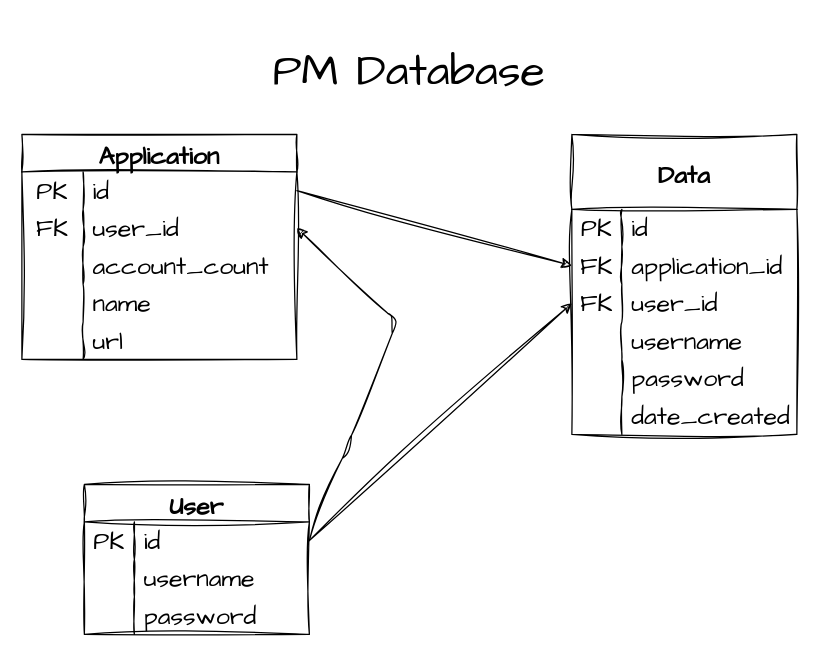
Mainm0e/PasswordManager keeps this draw.io diagram as application/data/dataroute.drawio. Above is the earlier version. Source tidied: cells renumbered, new cells numbered last; positions are measured from the earlier drawing's top-left corner, leaving out a move shared by most shapes. Both pictures are drawn from the tidied source at 125%, with x=0, y=0 at pixel (21, 21).
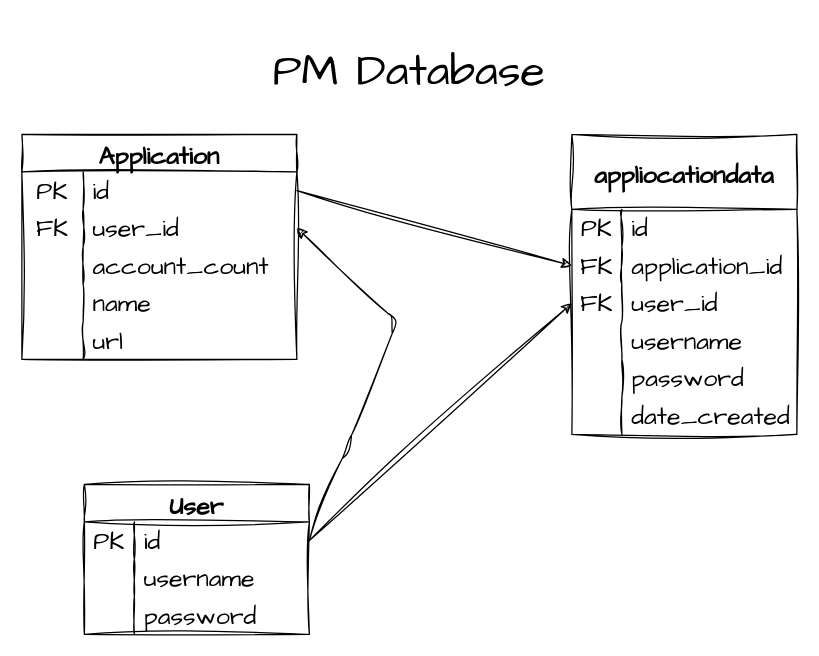
The same page after the edit.

Commit message (it also covers changes not shown here):
Update test case on data functions

Diff of the diagram source:
```diff
@@
-    <mxCell id="30" value="Data" style="shape=table;startSize=60;childLayout=tableLayout;rowLines=0;fontStyle=1;sketch=1;hachureGap=4;jiggle=2;curveFitting=1;fontFamily=Architects Daughter;fontSize=20;fillColor=none;" parent="1" vertex="1">
+    <mxCell id="30" value="appliocationdata" style="shape=table;startSize=60;childLayout=tableLayout;rowLines=0;fontStyle=1;sketch=1;hachureGap=4;jiggle=2;curveFitting=1;fontFamily=Architects Daughter;fontSize=20;fillColor=none;" parent="1" vertex="1">
       <mxGeometry x="440" y="90" width="180" height="240" as="geometry" />
     </mxCell>
```
